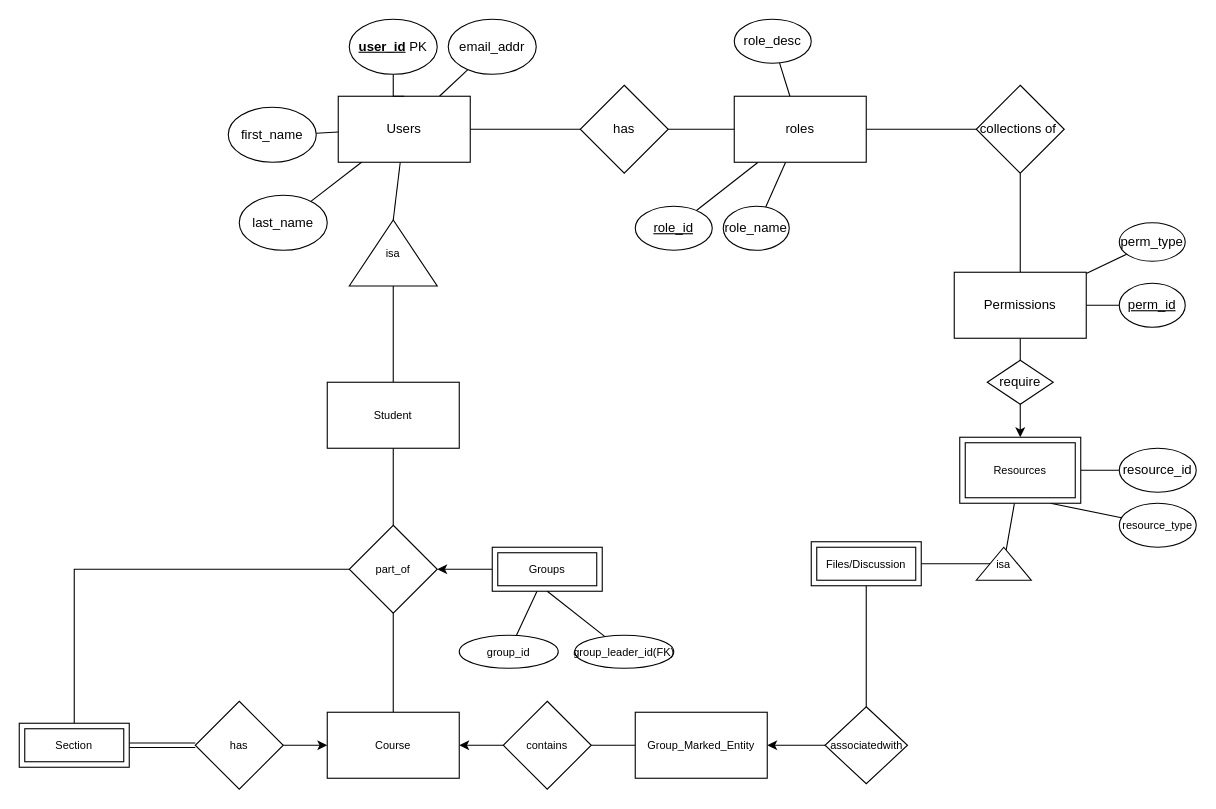
This is ERdiagram.drawio from 5531CGASystem/CGA, a draw.io file, before an edit. Source tidied: cells renumbered, new cells numbered last; positions are measured from the earlier drawing's top-left corner, leaving out a move shared by most shapes. Both pictures are drawn from the tidied source at 110%, with x=0, y=0 at pixel (19, 19).
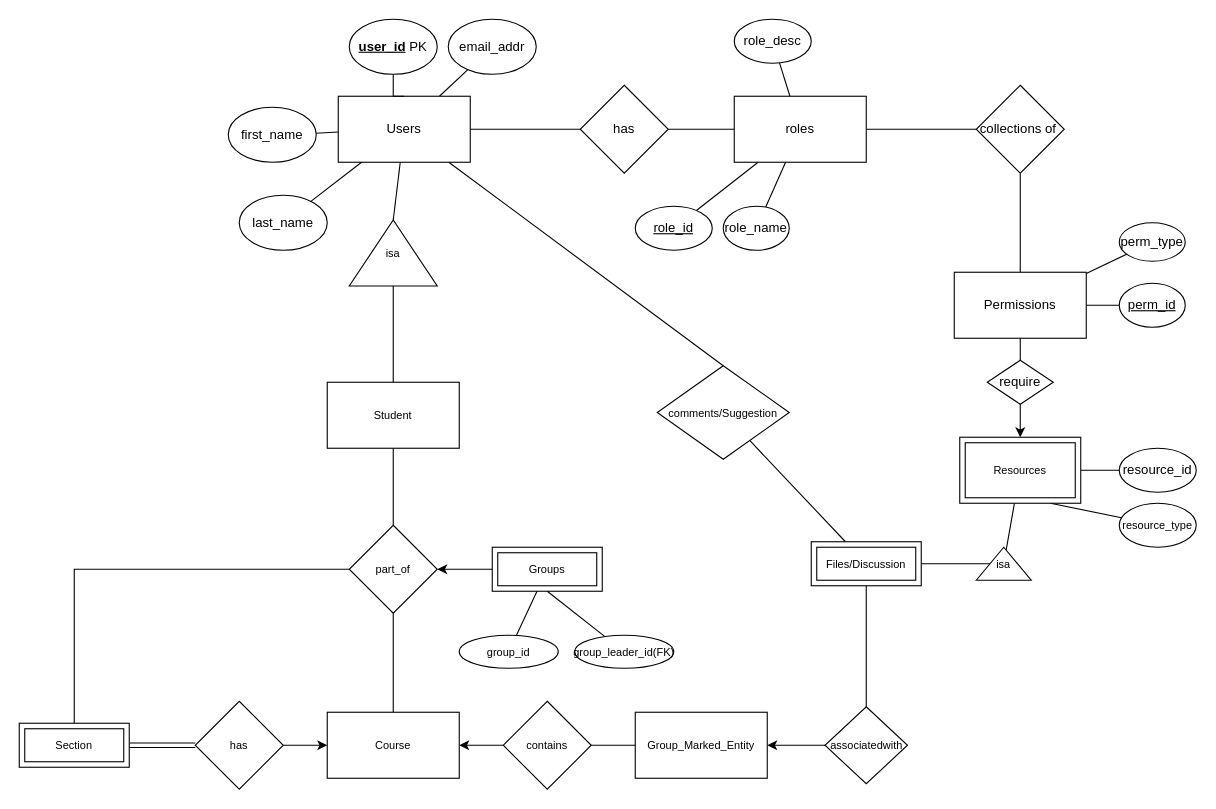
After the change.

The change refers to these unchanged cells:
```xml
<mxCell id="5" value="Users" style="rounded=0;whiteSpace=wrap;html=1;" parent="1" vertex="1">
  <mxGeometry x="290" y="70" width="120" height="60" as="geometry" />
</mxCell>
<mxCell id="66" value="Files/Discussion" style="shape=ext;margin=3;double=1;whiteSpace=wrap;html=1;align=center;fontSize=10;strokeColor=default;fillColor=default;" parent="1" vertex="1">
  <mxGeometry x="720" y="475" width="100" height="40" as="geometry" />
</mxCell>
```

What changed in the source:
```diff
@@
+    <mxCell id="67" style="edgeStyle=none;rounded=0;jettySize=auto;html=1;fontSize=10;startArrow=none;startFill=0;endArrow=none;endFill=0;entryX=0.5;entryY=0;entryDx=0;entryDy=0;" parent="1" edge="1" source="5" target="69">
+      <mxGeometry relative="1" as="geometry" />
+    </mxCell>
@@
+    <mxCell id="68" style="edgeStyle=none;rounded=0;jettySize=auto;html=1;fontSize=10;startArrow=none;startFill=0;endArrow=none;endFill=0;" parent="1" edge="1" source="66" target="69">
+      <mxGeometry relative="1" as="geometry" />
+    </mxCell>
@@
+    <mxCell id="69" value="comments/Suggestion" style="rhombus;whiteSpace=wrap;html=1;fontSize=10;" parent="1" vertex="1">
+      <mxGeometry x="580" y="315" width="120" height="85" as="geometry" />
+    </mxCell>
```
